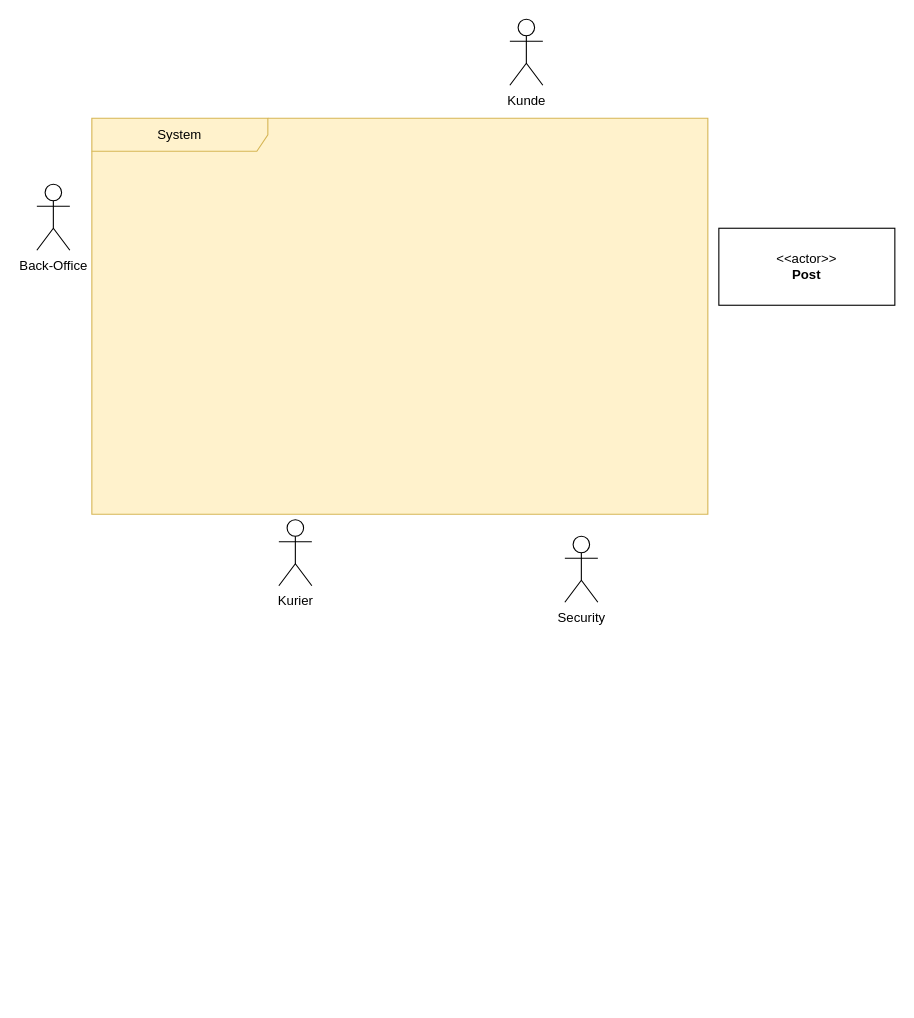
Before: lb_use-case-big.drawio in ferreric/ffhs_swem, a draw.io diagram. Source tidied: cells renumbered, new cells numbered last; positions are measured from the earlier drawing's top-left corner, leaving out a move shared by most shapes. Both pictures are drawn from the tidied source at 110%, with x=0, y=0 at pixel (36, 19).
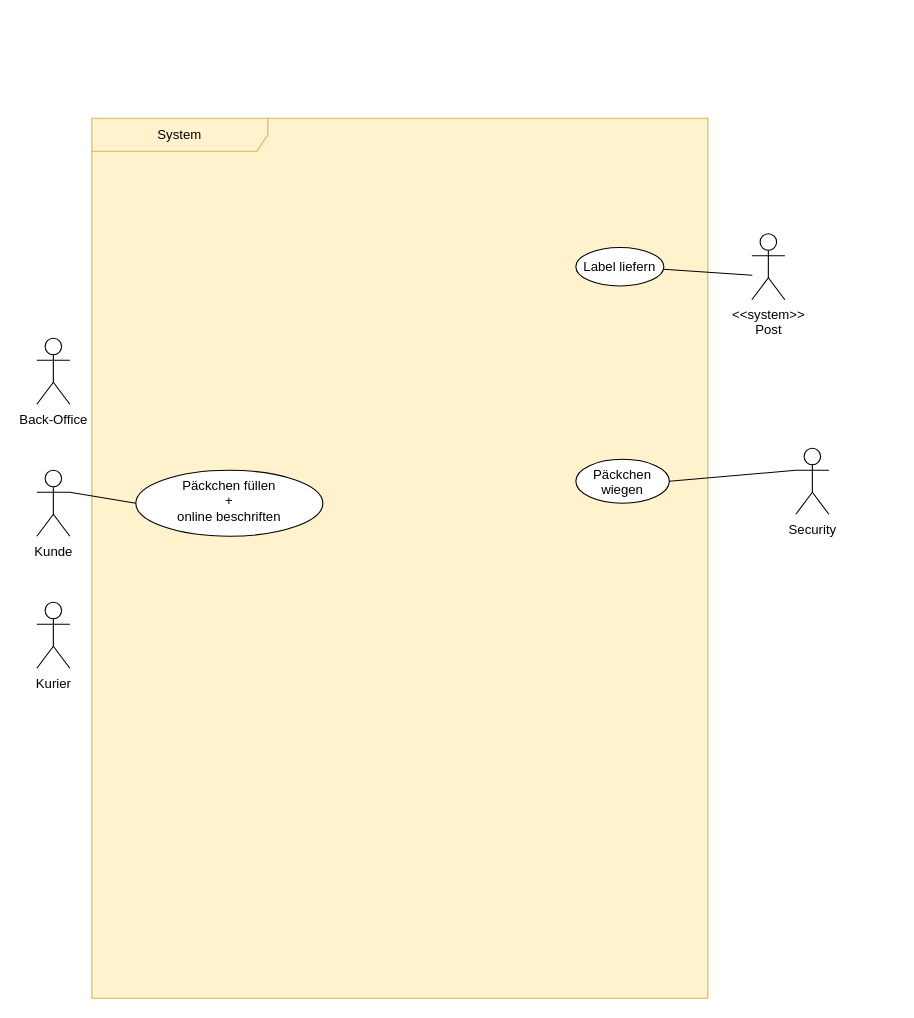
After the change.

Commit message:
lb_use-case-big.drawio pfeile gefixt

The edit, as a diff of the source:
```diff
@@
 <mxGraphModel>
   <root>
     <mxCell id="0" />
     <mxCell id="1" parent="0" />
-    <mxCell id="2" value="&amp;lt;&amp;lt;actor&amp;gt;&amp;gt;&lt;br&gt;&lt;b&gt;Post&lt;/b&gt;&lt;br&gt;&lt;b&gt;&lt;/b&gt;" style="html=1;align=center;verticalAlign=middle;dashed=0;whiteSpace=wrap;" parent="1" vertex="1">
-      <mxGeometry x="620" y="190" width="160" height="70" as="geometry" />
-    </mxCell>
+    <mxCell id="7" value="System" style="shape=umlFrame;whiteSpace=wrap;html=1;width=160;fillStyle=auto;fillColor=#fff2cc;strokeColor=#d6b656;noLabel=0;gradientColor=none;swimlaneFillColor=#FFF2CC;" parent="1" vertex="1">
+      <mxGeometry x="50" y="90" width="560" height="800" as="geometry" />
+    </mxCell>
+    <mxCell id="8" value="&lt;div&gt;Päckchen füllen&lt;/div&gt;&lt;div&gt;+&lt;/div&gt;&lt;div&gt;online beschriften&lt;/div&gt;" style="ellipse;whiteSpace=wrap;html=1;verticalAlign=top;" parent="7" vertex="1">
+      <mxGeometry x="40" y="320" width="170" height="60" as="geometry" />
+    </mxCell>
+    <mxCell id="9" value="Päckchen wiegen" style="ellipse;whiteSpace=wrap;html=1;verticalAlign=top;" parent="7" vertex="1">
+      <mxGeometry x="440" y="310" width="85" height="40" as="geometry" />
+    </mxCell>
+    <mxCell id="10" value="Label liefern" style="ellipse;whiteSpace=wrap;html=1;dashed=0;" parent="7" vertex="1">
+      <mxGeometry x="440" y="117.5" width="80" height="35" as="geometry" />
+    </mxCell>
     <mxCell id="3" value="Back-Office" style="shape=umlActor;verticalLabelPosition=bottom;verticalAlign=top;html=1;" parent="1" vertex="1">
-      <mxGeometry y="150" width="30" height="60" as="geometry" />
+      <mxGeometry y="290" width="30" height="60" as="geometry" />
     </mxCell>
     <mxCell id="4" value="Security" style="shape=umlActor;verticalLabelPosition=bottom;verticalAlign=top;html=1;" parent="1" vertex="1">
-      <mxGeometry x="480" y="470" width="30" height="60" as="geometry" />
+      <mxGeometry x="690" y="390" width="30" height="60" as="geometry" />
     </mxCell>
     <mxCell id="5" value="Kunde" style="shape=umlActor;verticalLabelPosition=bottom;verticalAlign=top;html=1;" parent="1" vertex="1">
-      <mxGeometry x="430" width="30" height="60" as="geometry" />
+      <mxGeometry y="410" width="30" height="60" as="geometry" />
     </mxCell>
     <mxCell id="6" value="Kurier" style="shape=umlActor;verticalLabelPosition=bottom;verticalAlign=top;html=1;" parent="1" vertex="1">
-      <mxGeometry x="220" y="455" width="30" height="60" as="geometry" />
+      <mxGeometry y="530" width="30" height="60" as="geometry" />
     </mxCell>
-    <mxCell id="7" value="System" style="shape=umlFrame;whiteSpace=wrap;html=1;width=160;fillStyle=auto;fillColor=#fff2cc;strokeColor=#d6b656;noLabel=0;gradientColor=none;swimlaneFillColor=#FFF2CC;" parent="1" vertex="1">
-      <mxGeometry x="50" y="90" width="560" height="360" as="geometry" />
-    </mxCell>
+    <mxCell id="11" style="endArrow=none;html=1;rounded=0;entryX=0;entryY=0.3333333333333333;entryDx=0;entryDy=0;entryPerimeter=0;exitX=1;exitY=0.5;exitDx=0;exitDy=0;" parent="1" edge="1" source="9" target="4">
+      <mxGeometry relative="1" as="geometry" />
+    </mxCell>
+    <mxCell id="12" style="endArrow=none;html=1;rounded=0;entryX=0;entryY=0.5;entryDx=0;entryDy=0;exitX=1;exitY=0.3333333333333333;exitDx=0;exitDy=0;exitPerimeter=0;" parent="1" edge="1" source="5" target="8">
+      <mxGeometry relative="1" as="geometry" />
+    </mxCell>
+    <mxCell id="13" style="endArrow=none;html=1;rounded=0;entryX=0.013;entryY=0.629;entryDx=0;entryDy=0;entryPerimeter=0;" parent="1" edge="1" source="10" target="14">
+      <mxGeometry relative="1" as="geometry" />
+    </mxCell>
+    <mxCell id="14" value="&lt;div&gt;&amp;lt;&amp;lt;system&amp;gt;&amp;gt;&lt;/div&gt;&lt;div&gt;Post&lt;br&gt;&lt;/div&gt;" style="shape=umlActor;verticalLabelPosition=bottom;verticalAlign=top;html=1;" parent="1" vertex="1">
+      <mxGeometry x="650" y="195" width="30" height="60" as="geometry" />
+    </mxCell>
   </root>
 </mxGraphModel>
```
